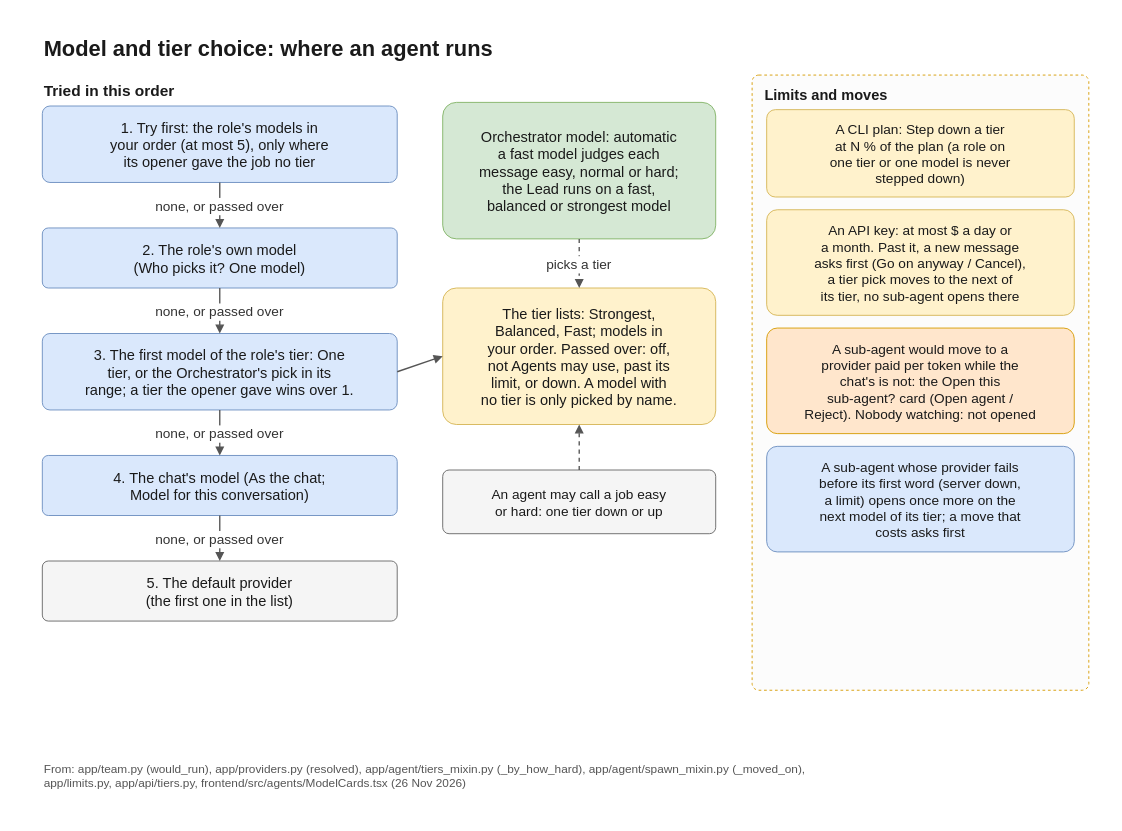
flyingriverhorse/Koloni keeps this draw.io diagram as docs/diagrams/models.drawio. Above is the earlier version. Source tidied: cells renumbered, new cells numbered last; positions are measured from the earlier drawing's top-left corner, leaving out a move shared by most shapes. Both pictures are drawn from the tidied source at 91%, with x=0, y=0 at pixel (15, 15).
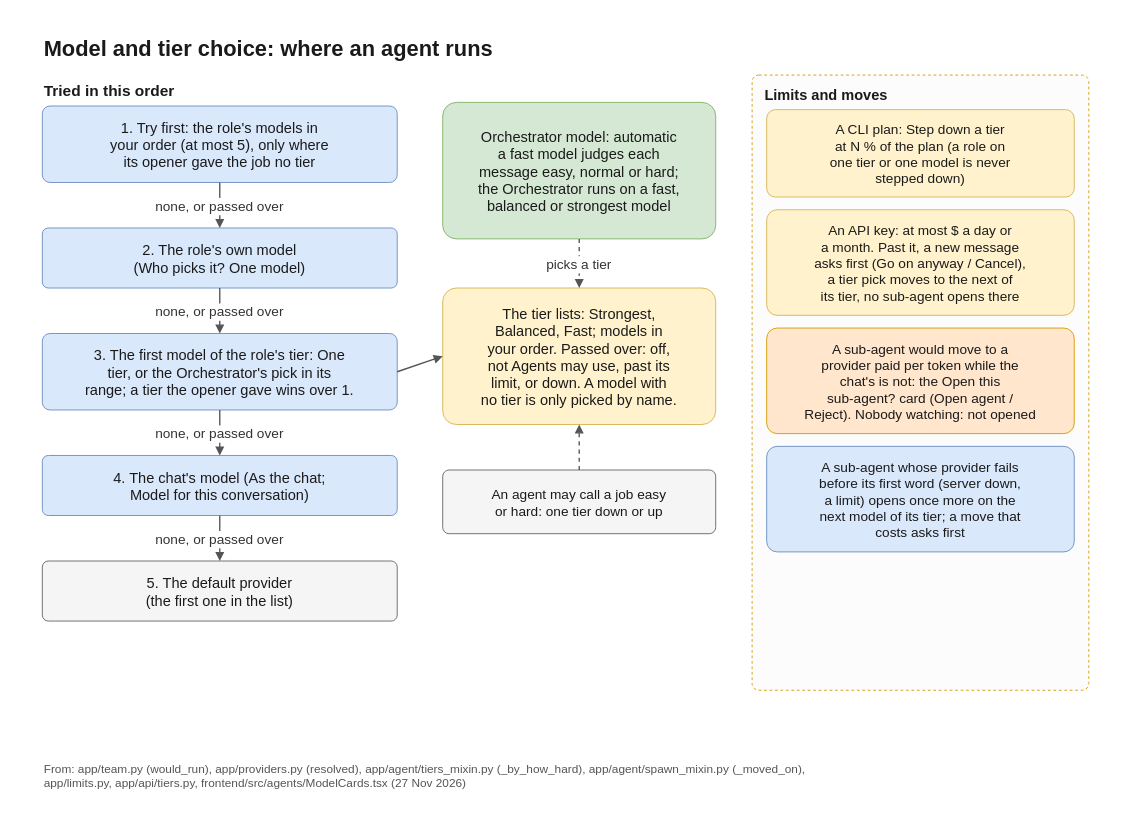
The same page after the edit.

The edit, as a diff of the source:
```diff
@@
-    <mxCell id="16" value="Orchestrator model: automatic&#10;a fast model judges each&#10;message easy, normal or hard;&#10;the Lead runs on a fast,&#10;balanced or strongest model" style="rounded=1;arcSize=10;fillColor=#d5e8d4;strokeColor=#82b366;fontFamily=Helvetica;fontColor=#1a1a1a;fontSize=16;spacing=6;" parent="1" vertex="1">
+    <mxCell id="16" value="Orchestrator model: automatic&#10;a fast model judges each&#10;message easy, normal or hard;&#10;the Orchestrator runs on a fast,&#10;balanced or strongest model" style="rounded=1;arcSize=10;fillColor=#d5e8d4;strokeColor=#82b366;fontFamily=Helvetica;fontColor=#1a1a1a;fontSize=16;spacing=6;" parent="1" vertex="1">
       <mxGeometry x="470" y="96" width="300" height="150" as="geometry" />
     </mxCell>
@@
-    <mxCell id="25" value="From: app/team.py (would_run), app/providers.py (resolved), app/agent/tiers_mixin.py (_by_how_hard), app/agent/spawn_mixin.py (_moved_on),&#10;app/limits.py, app/api/tiers.py, frontend/src/agents/ModelCards.tsx (26 Nov 2026)" style="text;strokeColor=none;fillColor=none;fontFamily=Helvetica;fontColor=#555555;fontSize=13;align=left;verticalAlign=top;" parent="1" vertex="1">
+    <mxCell id="25" value="From: app/team.py (would_run), app/providers.py (resolved), app/agent/tiers_mixin.py (_by_how_hard), app/agent/spawn_mixin.py (_moved_on),&#10;app/limits.py, app/api/tiers.py, frontend/src/agents/ModelCards.tsx (27 Nov 2026)" style="text;strokeColor=none;fillColor=none;fontFamily=Helvetica;fontColor=#555555;fontSize=13;align=left;verticalAlign=top;" parent="1" vertex="1">
       <mxGeometry x="30" y="814" width="1140" height="60" as="geometry" />
     </mxCell>
```
